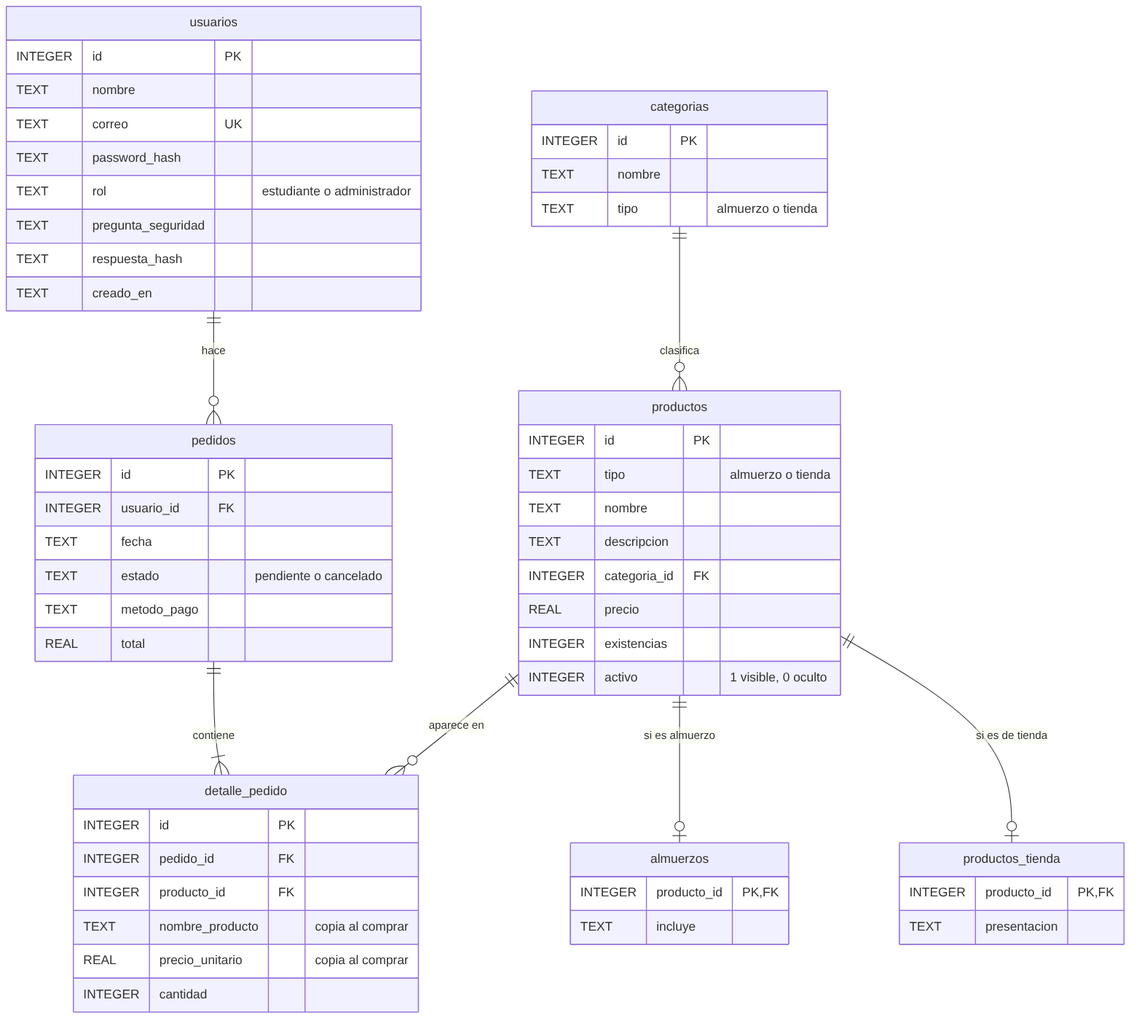
Above: docs/diagrama_base_datos.png in cristyelizabetth/cafeteria-kiuvo-poo (Mermaid), before the change. Its source is kept beside it as docs/diagrama_base_datos.mmd. The source it was exported from:
```mermaid
erDiagram
    usuarios ||--o{ pedidos : "hace"
    pedidos ||--|{ detalle_pedido : "contiene"
    productos ||--o{ detalle_pedido : "aparece en"
    categorias ||--o{ productos : "clasifica"
    productos ||--o| almuerzos : "si es almuerzo"
    productos ||--o| productos_tienda : "si es de tienda"

    usuarios {
        INTEGER id PK
        TEXT nombre
        TEXT correo UK
        TEXT password_hash
        TEXT rol "estudiante o administrador"
        TEXT pregunta_seguridad
        TEXT respuesta_hash
        TEXT creado_en
    }
    categorias {
        INTEGER id PK
        TEXT nombre
        TEXT tipo "almuerzo o tienda"
    }
    productos {
        INTEGER id PK
        TEXT tipo "almuerzo o tienda"
        TEXT nombre
        TEXT descripcion
        INTEGER categoria_id FK
        REAL precio
        INTEGER existencias
        INTEGER activo "1 visible, 0 oculto"
    }
    almuerzos {
        INTEGER producto_id PK,FK
        TEXT incluye
    }
    productos_tienda {
        INTEGER producto_id PK,FK
        TEXT presentacion
    }
    pedidos {
        INTEGER id PK
        INTEGER usuario_id FK
        TEXT fecha
        TEXT estado "pendiente o cancelado"
        TEXT metodo_pago
        REAL total
    }
    detalle_pedido {
        INTEGER id PK
        INTEGER pedido_id FK
        INTEGER producto_id FK
        TEXT nombre_producto "copia al comprar"
        REAL precio_unitario "copia al comprar"
        INTEGER cantidad
    }
```
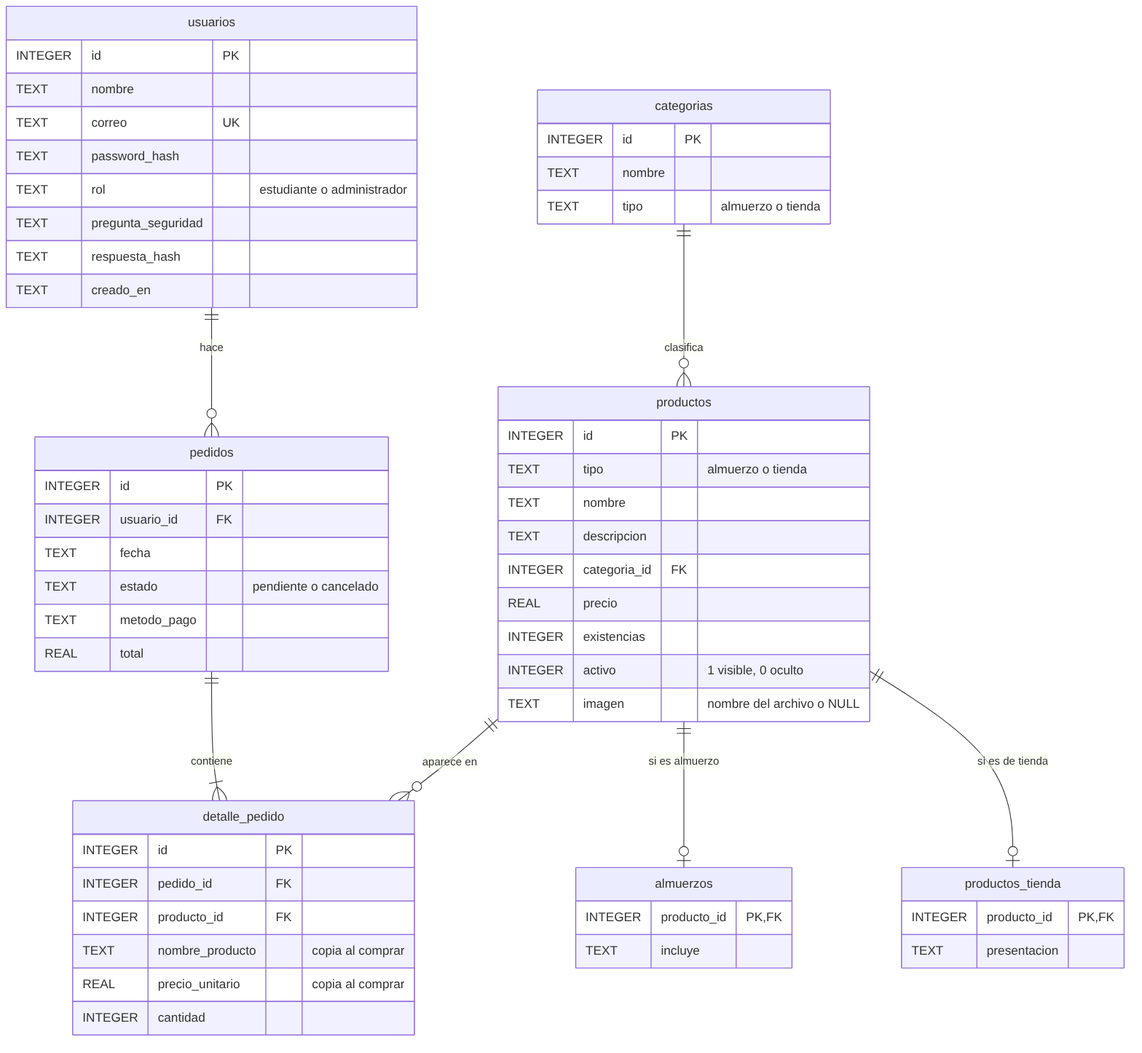
The same diagram one commit later.

Diff of the diagram source:
```diff
@@ -30,6 +30,7 @@
         REAL precio
         INTEGER existencias
         INTEGER activo "1 visible, 0 oculto"
+        TEXT imagen "nombre del archivo o NULL"
     }
     almuerzos {
         INTEGER producto_id PK,FK
```
